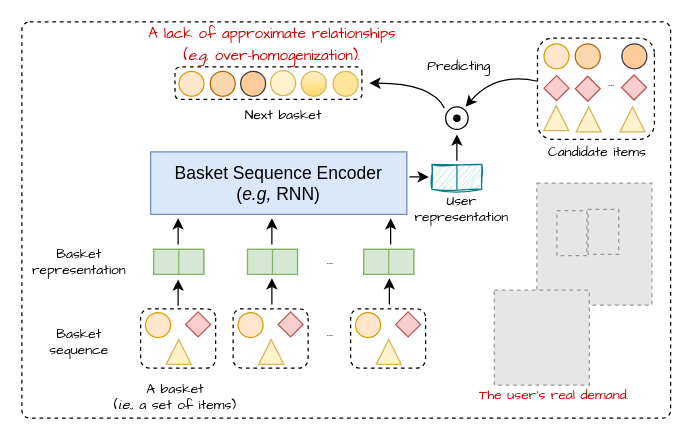
Earlier version of the draw.io diagram issue.drawio (wenqisun/data). Source tidied: cells renumbered, new cells numbered last; positions are measured from the earlier drawing's top-left corner, leaving out a move shared by most shapes. Both pictures are drawn from the tidied source at 125%, with x=0, y=0 at pixel (21, 21). Pictures stored in the file or linked from it are replaced by grey dashed boxes.
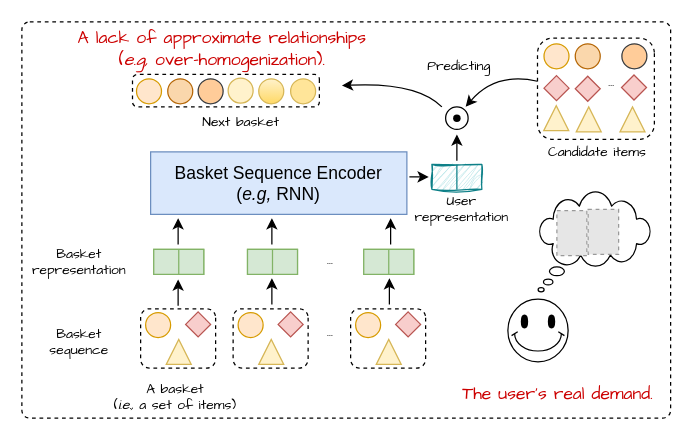
Above is the later version.

The edit, as a diff of the source:
```diff
@@
-    <mxCell id="3" style="fillColor=#E6E6E6;strokeColor=#999999;dashed=1;verticalLabelPosition=bottom;verticalAlign=top;" parent="1" vertex="1">
-      <mxGeometry x="412" y="129" width="92" height="97.5" as="geometry" />
-    </mxCell>
@@
     <mxCell id="34" style="rounded=1;whiteSpace=wrap;html=1;dashed=1;direction=south;" parent="1" vertex="1">
-      <mxGeometry x="122.5" y="36" width="149.5" height="26" as="geometry" />
+      <mxGeometry x="88.5" y="42" width="149.5" height="26" as="geometry" />
     </mxCell>
     <mxCell id="35" style="curved=1;endArrow=classic;html=1;rounded=1;fontFamily=Comic Sans MS;fontSize=3;startSize=1;endSize=6;" parent="1" edge="1">
       <mxGeometry relative="1" as="geometry">
-        <mxPoint x="338" y="69" as="sourcePoint" />
-        <mxPoint x="278" y="49" as="targetPoint" />
+        <mxPoint x="336" y="68" as="sourcePoint" />
+        <mxPoint x="256" y="51" as="targetPoint" />
         <Array as="points">
-          <mxPoint x="328" y="49" />
+          <mxPoint x="316" y="48" />
         </Array>
       </mxGeometry>
     </mxCell>
     <mxCell id="36" value="&lt;p style=&quot;line-height: 0%;&quot;&gt;&lt;span style=&quot;font-size: 11px; font-family: &amp;quot;Comic Sans MS&amp;quot;; background-color: initial;&quot;&gt;Next basket&lt;/span&gt;&lt;/p&gt;" style="text;strokeColor=none;align=center;fillColor=none;html=1;verticalAlign=middle;whiteSpace=wrap;rounded=0;dashed=1;" parent="1" vertex="1">
-      <mxGeometry x="157.5" y="62" width="103" height="23.5" as="geometry" />
+      <mxGeometry x="123.5" y="68" width="103" height="23.5" as="geometry" />
     </mxCell>
     <mxCell id="37" style="ellipse;whiteSpace=wrap;html=1;fillColor=#ffe6cc;strokeColor=#d79b00;" parent="1" vertex="1">
-      <mxGeometry x="125.7" y="39.5" width="20" height="20" as="geometry" />
+      <mxGeometry x="91.7" y="45.5" width="20" height="20" as="geometry" />
     </mxCell>
     <mxCell id="38" style="ellipse;whiteSpace=wrap;html=1;fillColor=#fad7ac;strokeColor=#b46504;" parent="1" vertex="1">
-      <mxGeometry x="150.7" y="39.5" width="20" height="20" as="geometry" />
+      <mxGeometry x="116.7" y="45.5" width="20" height="20" as="geometry" />
     </mxCell>
     <mxCell id="39" style="ellipse;whiteSpace=wrap;html=1;fillColor=#ffcc99;strokeColor=#36393d;" parent="1" vertex="1">
-      <mxGeometry x="175" y="39.5" width="20" height="20" as="geometry" />
+      <mxGeometry x="141" y="45.5" width="20" height="20" as="geometry" />
     </mxCell>
     <mxCell id="40" style="ellipse;whiteSpace=wrap;html=1;fillColor=#fff2cc;strokeColor=#d6b656;" parent="1" vertex="1">
-      <mxGeometry x="199" y="39" width="20" height="20" as="geometry" />
+      <mxGeometry x="165" y="45" width="20" height="20" as="geometry" />
     </mxCell>
     <mxCell id="41" style="ellipse;whiteSpace=wrap;html=1;fillColor=#fff2cc;strokeColor=#d6b656;gradientColor=#ffd966;" parent="1" vertex="1">
-      <mxGeometry x="223.5" y="39.5" width="20" height="20" as="geometry" />
+      <mxGeometry x="189.5" y="45.5" width="20" height="20" as="geometry" />
     </mxCell>
     <mxCell id="42" style="ellipse;whiteSpace=wrap;html=1;fillColor=#FFE599;strokeColor=#d6b656;" parent="1" vertex="1">
-      <mxGeometry x="249" y="39.5" width="20" height="20" as="geometry" />
+      <mxGeometry x="215" y="45.5" width="20" height="20" as="geometry" />
     </mxCell>
@@
-    <mxCell id="69" value="&lt;font color=&quot;#cc0000&quot; face=&quot;Comic Sans MS&quot; style=&quot;font-size: 12px;&quot;&gt;A lack of approximate relationships &lt;br&gt;(&lt;i&gt;e.g,&lt;/i&gt; over-homogenization).&lt;/font&gt;" style="text;strokeColor=none;align=center;fillColor=none;html=1;verticalAlign=middle;whiteSpace=wrap;rounded=0;fontSize=14;fontFamily=Helvetica;" parent="1" vertex="1">
-      <mxGeometry x="63" y="2" width="274.5" height="30" as="geometry" />
+    <mxCell id="69" value="&lt;font color=&quot;#cc0000&quot; face=&quot;Comic Sans MS&quot; style=&quot;font-size: 14px;&quot;&gt;A lack of approximate relationships &lt;br&gt;(&lt;i style=&quot;&quot;&gt;e.g,&lt;/i&gt; over-homogenization).&lt;/font&gt;" style="text;strokeColor=none;align=center;fillColor=none;html=1;verticalAlign=middle;whiteSpace=wrap;rounded=0;fontSize=14;fontFamily=Helvetica;" parent="1" vertex="1">
+      <mxGeometry x="23.4" y="6" width="274.5" height="30" as="geometry" />
     </mxCell>
+    <mxCell id="74" style="whiteSpace=wrap;html=1;shape=mxgraph.basic.cloud_callout;fontColor=#cc0000;" parent="1" vertex="1">
+      <mxGeometry x="413" y="136" width="90" height="80" as="geometry" />
+    </mxCell>
@@
-    <mxCell id="72" style="fillColor=#E6E6E6;strokeColor=#999999;dashed=1;verticalLabelPosition=bottom;verticalAlign=top;" parent="1" vertex="1">
-      <mxGeometry x="378" y="214.5" width="76" height="76" as="geometry" />
-    </mxCell>
-    <mxCell id="73" value="&lt;p style=&quot;line-height: 0%;&quot;&gt;&lt;font color=&quot;#cc0000&quot; face=&quot;Comic Sans MS&quot;&gt;&lt;span style=&quot;font-size: 11px;&quot;&gt;The user's real demand.&lt;/span&gt;&lt;/font&gt;&lt;/p&gt;" style="text;strokeColor=none;align=center;fillColor=none;html=1;verticalAlign=middle;whiteSpace=wrap;rounded=0;dashed=1;" parent="1" vertex="1">
-      <mxGeometry x="347.7" y="281" width="156" height="33.5" as="geometry" />
+    <mxCell id="73" value="&lt;p style=&quot;line-height: 0%;&quot;&gt;&lt;font style=&quot;font-size: 14px;&quot; color=&quot;#cc0000&quot; face=&quot;Comic Sans MS&quot;&gt;The user's real demand.&lt;/font&gt;&lt;/p&gt;" style="text;strokeColor=none;align=center;fillColor=none;html=1;verticalAlign=middle;whiteSpace=wrap;rounded=0;dashed=1;" parent="1" vertex="1">
+      <mxGeometry x="342.7" y="280" width="172.3" height="33.5" as="geometry" />
     </mxCell>
+    <mxCell id="75" style="verticalLabelPosition=bottom;verticalAlign=top;html=1;shape=mxgraph.basic.smiley;fontColor=#cc0000;" parent="1" vertex="1">
+      <mxGeometry x="388.8" y="221.8" width="48.2" height="50.2" as="geometry" />
+    </mxCell>
```
